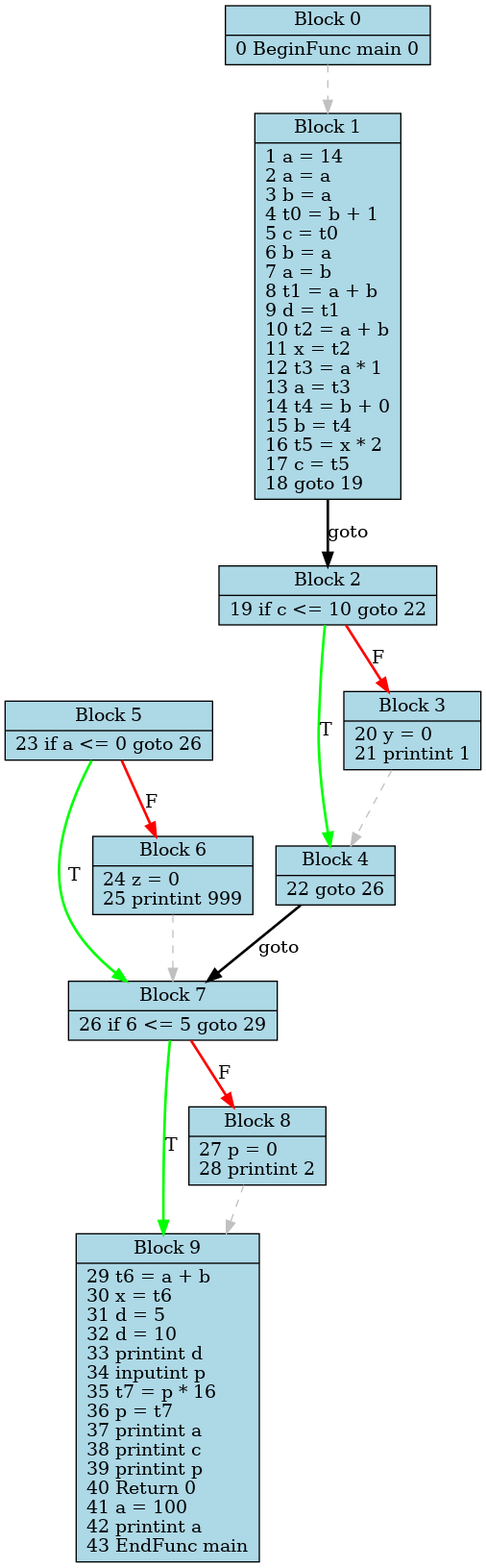
Earlier version of the Graphviz export Compiler/tac_flow_blocks.png (satish-pati/3_Compilers_LabProject). Its source is kept beside it as Compiler/tac_flow_blocks.dot.
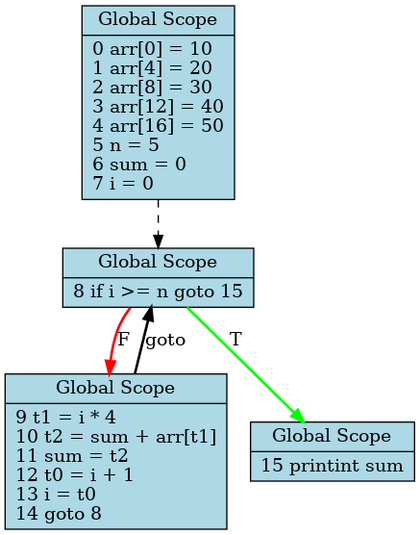
Later version of the same file.

What changed in the source:
```diff
@@ -2,27 +2,13 @@
   node [shape=record, style=filled, fillcolor=lightblue];
   rankdir=TB;
 
-  bb9 [label="{<b>Block 9|29 t6 = a + b\l30 x = t6\l31 d = 5\l32 d = 10\l33 printint d\l34 inputint p\l35 t7 = p * 16\l36 p = t7\l37 printint a\l38 printint c\l39 printint p\l40 Return 0\l41 a = 100\l42 printint a\l43 EndFunc main\l}"];
-  bb8 [label="{<b>Block 8|27 p = 0\l28 printint 2\l}"];
-  bb7 [label="{<b>Block 7|26 if 6 \<= 5 goto 29\l}"];
-  bb6 [label="{<b>Block 6|24 z = 0\l25 printint 999\l}"];
-  bb5 [label="{<b>Block 5|23 if a \<= 0 goto 26\l}"];
-  bb4 [label="{<b>Block 4|22 goto 26\l}"];
-  bb3 [label="{<b>Block 3|20 y = 0\l21 printint 1\l}"];
-  bb2 [label="{<b>Block 2|19 if c \<= 10 goto 22\l}"];
-  bb1 [label="{<b>Block 1|1 a = 14\l2 a = a\l3 b = a\l4 t0 = b + 1\l5 c = t0\l6 b = a\l7 a = b\l8 t1 = a + b\l9 d = t1\l10 t2 = a + b\l11 x = t2\l12 t3 = a * 1\l13 a = t3\l14 t4 = b + 0\l15 b = t4\l16 t5 = x * 2\l17 c = t5\l18 goto 19\l}"];
-  bb0 [label="{<b>Block 0|0 BeginFunc main 0\l}"];
+  bb3 [label="{<b>Global Scope|15 printint sum\l}"];
+  bb2 [label="{<b>Global Scope|9 t1 = i * 4\l10 t2 = sum + arr[t1]\l11 sum = t2\l12 t0 = i + 1\l13 i = t0\l14 goto 8\l}"];
+  bb1 [label="{<b>Global Scope|8 if i \>= n goto 15\l}"];
+  bb0 [label="{<b>Global Scope|0 arr[0] = 10\l1 arr[4] = 20\l2 arr[8] = 30\l3 arr[12] = 40\l4 arr[16] = 50\l5 n = 5\l6 sum = 0\l7 i = 0\l}"];
 
-  bb0 -> bb1 [style=dashed, color=gray];
-  bb1 -> bb2 [label="goto", penwidth=2];
-  bb2 -> bb4 [label="T", color=green, penwidth=2];
-  bb2 -> bb3 [label="F", color=red, penwidth=2];
-  bb3 -> bb4 [style=dashed, color=gray];
-  bb4 -> bb7 [label="goto", penwidth=2];
-  bb5 -> bb7 [label="T", color=green, penwidth=2];
-  bb5 -> bb6 [label="F", color=red, penwidth=2];
-  bb6 -> bb7 [style=dashed, color=gray];
-  bb7 -> bb9 [label="T", color=green, penwidth=2];
-  bb7 -> bb8 [label="F", color=red, penwidth=2];
-  bb8 -> bb9 [style=dashed, color=gray];
+  bb0 -> bb1 [style=dashed, color=black];
+  bb1 -> bb3 [label="T", color=green, penwidth=2];
+  bb1 -> bb2 [label="F", color=red, penwidth=2];
+  bb2 -> bb1 [label="goto", penwidth=2];
 }
```
